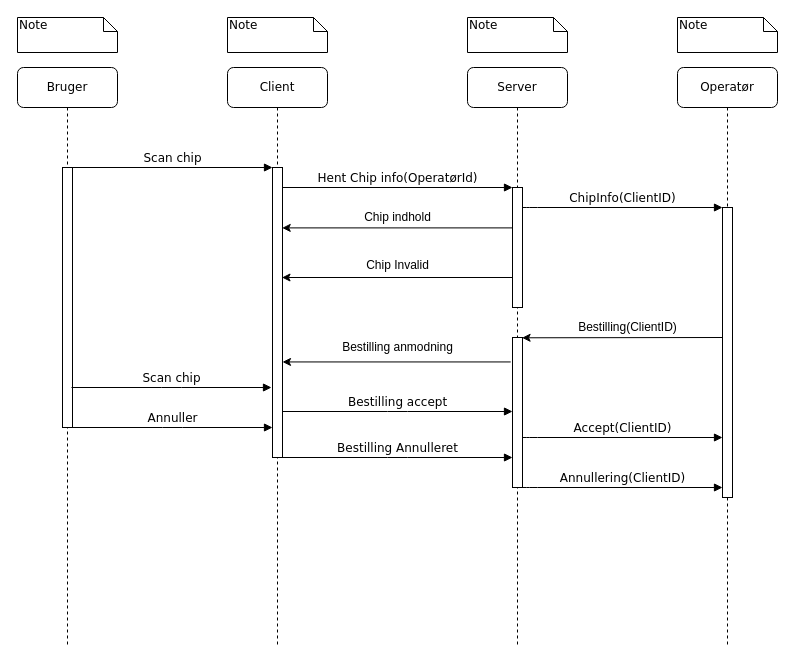
Above: IdeventUML.drawio in Ronnie1983/Idevent (draw.io), before the change. Source tidied: cells renumbered, new cells numbered last; positions are measured from the earlier drawing's top-left corner, leaving out a move shared by most shapes. Both pictures are drawn from the tidied source at 100%, with x=0, y=0 at pixel (17, 17).
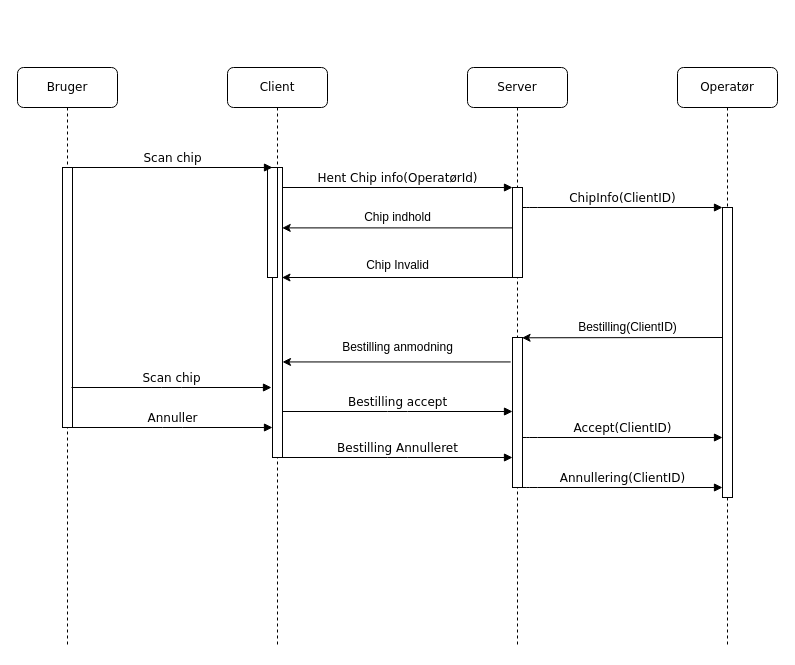
After the change.

The change refers to these unchanged cells:
```xml
<mxCell id="2" value="Client" style="shape=umlLifeline;perimeter=lifelinePerimeter;whiteSpace=wrap;html=1;rounded=1;shadow=0;comic=0;labelBackgroundColor=none;strokeWidth=1;fontFamily=Verdana;fontSize=12;align=center;" parent="1" vertex="1">
  <mxGeometry x="210" y="50" width="100" height="580" as="geometry" />
</mxCell>
<mxCell id="4" value="Server" style="shape=umlLifeline;perimeter=lifelinePerimeter;whiteSpace=wrap;html=1;rounded=1;shadow=0;comic=0;labelBackgroundColor=none;strokeWidth=1;fontFamily=Verdana;fontSize=12;align=center;" parent="1" vertex="1">
  <mxGeometry x="450" y="50" width="100" height="580" as="geometry" />
</mxCell>
```

Change to the diagram source:
```diff
@@
+    <mxCell id="32" style="html=1;perimeter=orthogonalPerimeter;rounded=0;shadow=0;comic=0;labelBackgroundColor=none;strokeWidth=1;fontFamily=Verdana;fontSize=12;align=center;" parent="2" vertex="1">
+      <mxGeometry x="40" y="100" width="10" height="110" as="geometry" />
+    </mxCell>
@@
     <mxCell id="5" style="html=1;points=[];perimeter=orthogonalPerimeter;rounded=0;shadow=0;comic=0;labelBackgroundColor=none;strokeWidth=1;fontFamily=Verdana;fontSize=12;align=center;" parent="4" vertex="1">
-      <mxGeometry x="45" y="120" width="10" height="120" as="geometry" />
+      <mxGeometry x="45" y="120" width="10" height="90" as="geometry" />
     </mxCell>
@@
-    <mxCell id="14" value="Note" style="shape=note;whiteSpace=wrap;html=1;size=14;verticalAlign=top;align=left;spacingTop=-6;rounded=0;shadow=0;comic=0;labelBackgroundColor=none;strokeWidth=1;fontFamily=Verdana;fontSize=12;" parent="1" vertex="1">
-      <mxGeometry width="100" height="35" as="geometry" />
-    </mxCell>
-    <mxCell id="15" value="Note" style="shape=note;whiteSpace=wrap;html=1;size=14;verticalAlign=top;align=left;spacingTop=-6;rounded=0;shadow=0;comic=0;labelBackgroundColor=none;strokeWidth=1;fontFamily=Verdana;fontSize=12;" parent="1" vertex="1">
-      <mxGeometry x="210" width="100" height="35" as="geometry" />
-    </mxCell>
-    <mxCell id="16" value="Note" style="shape=note;whiteSpace=wrap;html=1;size=14;verticalAlign=top;align=left;spacingTop=-6;rounded=0;shadow=0;comic=0;labelBackgroundColor=none;strokeWidth=1;fontFamily=Verdana;fontSize=12;" parent="1" vertex="1">
-      <mxGeometry x="450" width="100" height="35" as="geometry" />
-    </mxCell>
-    <mxCell id="17" value="Note" style="shape=note;whiteSpace=wrap;html=1;size=14;verticalAlign=top;align=left;spacingTop=-6;rounded=0;shadow=0;comic=0;labelBackgroundColor=none;strokeWidth=1;fontFamily=Verdana;fontSize=12;" parent="1" vertex="1">
-      <mxGeometry x="660" width="100" height="35" as="geometry" />
-    </mxCell>
```
